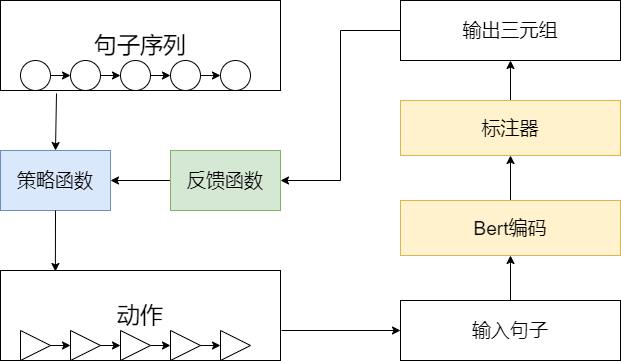
This is RL.png from bigbigkid/begin_one, a draw.io export, as it was before one commit. Source tidied: cells renumbered, new cells last; positions are measured from the earlier drawing's top-left corner, leaving out a move shared by most shapes.
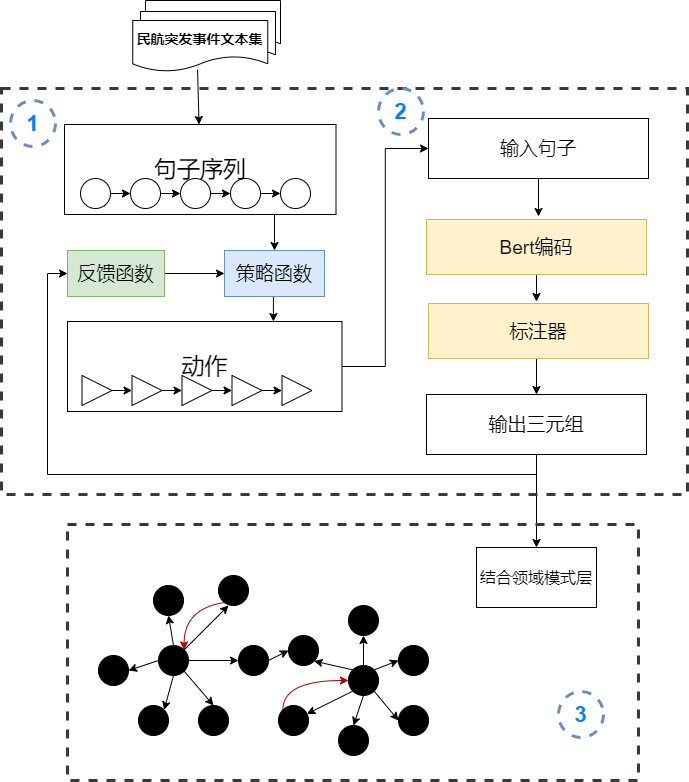
The same diagram one commit later.

Diff of the diagram source:
```diff
@@ -2,8 +2,11 @@
   <root>
     <mxCell id="0" />
     <mxCell id="1" parent="0" />
+    <mxCell id="25" style="edgeStyle=orthogonalEdgeStyle;rounded=0;jettySize=auto;html=1;exitX=0.75;exitY=1;exitDx=0;exitDy=0;entryX=0.5;entryY=0;entryDx=0;entryDy=0;" parent="1" edge="1" source="2" target="12">
+      <mxGeometry relative="1" as="geometry" />
+    </mxCell>
     <mxCell id="2" value="&lt;font style=&quot;font-size: 23px&quot;&gt;句子序列&lt;/font&gt;" style="rounded=0;whiteSpace=wrap;html=1;fillColor=none;" parent="1" vertex="1">
-      <mxGeometry width="280" height="90" as="geometry" />
+      <mxGeometry x="4" y="6" width="271.5" height="90" as="geometry" />
     </mxCell>
     <mxCell id="3" style="ellipse;whiteSpace=wrap;html=1;fillColor=none;" parent="1" vertex="1">
       <mxGeometry x="20" y="60" width="30" height="30" as="geometry" />
@@ -32,32 +35,38 @@
     <mxCell id="11" style="endArrow=classic;html=1;exitX=1;exitY=0.5;exitDx=0;exitDy=0;entryX=0;entryY=0.5;entryDx=0;entryDy=0;" parent="1" edge="1" source="6" target="7">
       <mxGeometry relative="1" as="geometry" />
     </mxCell>
+    <mxCell id="26" style="edgeStyle=orthogonalEdgeStyle;rounded=0;jettySize=auto;html=1;exitX=0.5;exitY=1;exitDx=0;exitDy=0;entryX=0.75;entryY=0;entryDx=0;entryDy=0;" parent="1" edge="1" source="12" target="15">
+      <mxGeometry relative="1" as="geometry" />
+    </mxCell>
     <mxCell id="12" value="&lt;font style=&quot;font-size: 19px&quot;&gt;策略函数&lt;/font&gt;" style="rounded=0;whiteSpace=wrap;html=1;fillColor=#dae8fc;strokeColor=#6c8ebf;" parent="1" vertex="1">
-      <mxGeometry y="150" width="110" height="60" as="geometry" />
+      <mxGeometry x="164" y="132" width="100" height="46" as="geometry" />
     </mxCell>
-    <mxCell id="13" style="edgeStyle=orthogonalEdgeStyle;rounded=0;jettySize=auto;html=1;exitX=0;exitY=0.5;exitDx=0;exitDy=0;entryX=1;entryY=0.5;entryDx=0;entryDy=0;" parent="1" edge="1" source="14" target="12">
+    <mxCell id="13" style="edgeStyle=orthogonalEdgeStyle;rounded=0;jettySize=auto;html=1;exitX=1;exitY=0.5;exitDx=0;exitDy=0;entryX=0;entryY=0.5;entryDx=0;entryDy=0;" parent="1" edge="1" source="14" target="12">
       <mxGeometry relative="1" as="geometry" />
     </mxCell>
     <mxCell id="14" value="&lt;font style=&quot;font-size: 19px&quot;&gt;反馈函数&lt;/font&gt;" style="rounded=0;whiteSpace=wrap;html=1;fillColor=#d5e8d4;strokeColor=#82b366;" parent="1" vertex="1">
-      <mxGeometry x="170" y="150" width="110" height="60" as="geometry" />
+      <mxGeometry x="7" y="132" width="97" height="46" as="geometry" />
     </mxCell>
+    <mxCell id="36" style="edgeStyle=orthogonalEdgeStyle;rounded=0;jettySize=auto;html=1;exitX=1;exitY=0.5;exitDx=0;exitDy=0;entryX=0;entryY=0.5;entryDx=0;entryDy=0;" parent="1" edge="1" source="15" target="28">
+      <mxGeometry relative="1" as="geometry" />
+    </mxCell>
     <mxCell id="15" value="&lt;span style=&quot;font-size: 23px&quot;&gt;动作&lt;/span&gt;" style="rounded=0;whiteSpace=wrap;html=1;fillColor=none;" parent="1" vertex="1">
-      <mxGeometry y="270" width="280" height="90" as="geometry" />
+      <mxGeometry x="7" y="203" width="274.5" height="90" as="geometry" />
     </mxCell>
     <mxCell id="16" style="triangle;whiteSpace=wrap;html=1;fillColor=none;" parent="1" vertex="1">
-      <mxGeometry x="20" y="330" width="30" height="30" as="geometry" />
+      <mxGeometry x="21.5" y="257" width="30" height="30" as="geometry" />
     </mxCell>
     <mxCell id="17" style="triangle;whiteSpace=wrap;html=1;fillColor=none;" parent="1" vertex="1">
-      <mxGeometry x="70" y="330" width="30" height="30" as="geometry" />
+      <mxGeometry x="71.5" y="257" width="30" height="30" as="geometry" />
     </mxCell>
     <mxCell id="18" style="triangle;whiteSpace=wrap;html=1;fillColor=none;" parent="1" vertex="1">
-      <mxGeometry x="120" y="330" width="30" height="30" as="geometry" />
+      <mxGeometry x="121.5" y="257" width="30" height="30" as="geometry" />
     </mxCell>
     <mxCell id="19" style="triangle;whiteSpace=wrap;html=1;fillColor=none;" parent="1" vertex="1">
-      <mxGeometry x="170" y="330" width="30" height="30" as="geometry" />
+      <mxGeometry x="171.5" y="257" width="30" height="30" as="geometry" />
     </mxCell>
     <mxCell id="20" style="triangle;whiteSpace=wrap;html=1;fillColor=none;" parent="1" vertex="1">
-      <mxGeometry x="220" y="330" width="30" height="30" as="geometry" />
+      <mxGeometry x="221.5" y="257" width="30" height="30" as="geometry" />
     </mxCell>
     <mxCell id="21" style="endArrow=classic;html=1;exitX=1;exitY=0.5;exitDx=0;exitDy=0;entryX=0;entryY=0.5;entryDx=0;entryDy=0;" parent="1" edge="1" source="16" target="17">
       <mxGeometry relative="1" as="geometry" />
@@ -71,40 +80,162 @@
     <mxCell id="24" style="endArrow=classic;html=1;exitX=1;exitY=0.5;exitDx=0;exitDy=0;entryX=0;entryY=0.5;entryDx=0;entryDy=0;" parent="1" edge="1" source="19" target="20">
       <mxGeometry relative="1" as="geometry" />
     </mxCell>
-    <mxCell id="25" style="endArrow=classic;html=1;exitX=0.2;exitY=1.033;exitDx=0;exitDy=0;exitPerimeter=0;entryX=0.5;entryY=0;entryDx=0;entryDy=0;" parent="1" edge="1" source="2" target="12">
-      <mxGeometry relative="1" as="geometry" />
-    </mxCell>
-    <mxCell id="26" style="endArrow=classic;html=1;exitX=0.5;exitY=1;exitDx=0;exitDy=0;entryX=0.196;entryY=0.011;entryDx=0;entryDy=0;entryPerimeter=0;" parent="1" edge="1" source="12" target="15">
-      <mxGeometry relative="1" as="geometry" />
-    </mxCell>
-    <mxCell id="27" style="edgeStyle=orthogonalEdgeStyle;rounded=0;jettySize=auto;html=1;exitX=0.5;exitY=0;exitDx=0;exitDy=0;entryX=0.5;entryY=1;entryDx=0;entryDy=0;" parent="1" edge="1" source="28" target="30">
-      <mxGeometry relative="1" as="geometry" />
-    </mxCell>
+    <mxCell id="37" style="shape=document;whiteSpace=wrap;html=1;boundedLbl=1;" parent="1" vertex="1">
+      <mxGeometry x="85" y="-118" width="135" height="51" as="geometry" />
+    </mxCell>
+    <mxCell id="38" style="shape=document;whiteSpace=wrap;html=1;boundedLbl=1;" parent="1" vertex="1">
+      <mxGeometry x="80" y="-107" width="135" height="51" as="geometry" />
+    </mxCell>
+    <mxCell id="39" value="&lt;b&gt;&lt;font style=&quot;font-size: 14px&quot;&gt;民航突发事件文本集&lt;/font&gt;&lt;/b&gt;" style="shape=document;whiteSpace=wrap;html=1;boundedLbl=1;" parent="1" vertex="1">
+      <mxGeometry x="72.2" y="-98" width="135" height="51" as="geometry" />
+    </mxCell>
+    <mxCell id="40" style="edgeStyle=orthogonalEdgeStyle;rounded=0;jettySize=auto;html=1;exitX=0.5;exitY=1;exitDx=0;exitDy=0;" parent="1" edge="1" source="28">
+      <mxGeometry relative="1" as="geometry">
+        <mxPoint x="478" y="98" as="targetPoint" />
+      </mxGeometry>
+    </mxCell>
     <mxCell id="28" value="&lt;font style=&quot;font-size: 19px&quot;&gt;输入句子&lt;/font&gt;" style="rounded=0;whiteSpace=wrap;html=1;fillColor=none;" parent="1" vertex="1">
-      <mxGeometry x="400" y="300" width="220" height="60" as="geometry" />
+      <mxGeometry x="368" width="220" height="60" as="geometry" />
     </mxCell>
-    <mxCell id="29" style="edgeStyle=orthogonalEdgeStyle;rounded=0;jettySize=auto;html=1;exitX=0.5;exitY=0;exitDx=0;exitDy=0;entryX=0.5;entryY=1;entryDx=0;entryDy=0;" parent="1" edge="1" source="30" target="32">
-      <mxGeometry relative="1" as="geometry" />
-    </mxCell>
+    <mxCell id="41" style="edgeStyle=orthogonalEdgeStyle;rounded=0;jettySize=auto;html=1;exitX=0.5;exitY=1;exitDx=0;exitDy=0;" parent="1" edge="1" source="30">
+      <mxGeometry relative="1" as="geometry">
+        <mxPoint x="476" y="183" as="targetPoint" />
+      </mxGeometry>
+    </mxCell>
     <mxCell id="30" value="&lt;font style=&quot;font-size: 19px&quot;&gt;Bert编码&lt;/font&gt;" style="rounded=0;whiteSpace=wrap;html=1;fillColor=#fff2cc;strokeColor=#d6b656;" parent="1" vertex="1">
-      <mxGeometry x="400" y="200" width="220" height="55" as="geometry" />
+      <mxGeometry x="366" y="101" width="220" height="55" as="geometry" />
     </mxCell>
-    <mxCell id="31" style="edgeStyle=orthogonalEdgeStyle;rounded=0;jettySize=auto;html=1;exitX=0.5;exitY=0;exitDx=0;exitDy=0;entryX=0.5;entryY=1;entryDx=0;entryDy=0;" parent="1" edge="1" source="32" target="34">
+    <mxCell id="31" style="edgeStyle=orthogonalEdgeStyle;rounded=0;jettySize=auto;html=1;exitX=0.5;exitY=1;exitDx=0;exitDy=0;entryX=0.5;entryY=0;entryDx=0;entryDy=0;" parent="1" edge="1" source="32" target="34">
       <mxGeometry relative="1" as="geometry" />
     </mxCell>
     <mxCell id="32" value="&lt;font style=&quot;font-size: 19px&quot;&gt;标注器&lt;/font&gt;" style="rounded=0;whiteSpace=wrap;html=1;fillColor=#fff2cc;strokeColor=#d6b656;" parent="1" vertex="1">
-      <mxGeometry x="400" y="100" width="220" height="55" as="geometry" />
+      <mxGeometry x="368" y="185" width="220" height="55" as="geometry" />
     </mxCell>
-    <mxCell id="33" style="edgeStyle=orthogonalEdgeStyle;rounded=0;jettySize=auto;html=1;exitX=0;exitY=0.5;exitDx=0;exitDy=0;entryX=1;entryY=0.5;entryDx=0;entryDy=0;" parent="1" edge="1" source="34" target="14">
+    <mxCell id="33" style="edgeStyle=orthogonalEdgeStyle;rounded=0;jettySize=auto;html=1;exitX=0.5;exitY=1;exitDx=0;exitDy=0;entryX=0;entryY=0.5;entryDx=0;entryDy=0;" parent="1" edge="1" source="34" target="14">
       <mxGeometry relative="1" as="geometry" />
     </mxCell>
+    <mxCell id="42" style="edgeStyle=orthogonalEdgeStyle;rounded=0;jettySize=auto;html=1;exitX=0.5;exitY=1;exitDx=0;exitDy=0;" parent="1" edge="1" source="34" target="44">
+      <mxGeometry relative="1" as="geometry" />
+    </mxCell>
     <mxCell id="34" value="&lt;font style=&quot;font-size: 19px&quot;&gt;输出三元组&lt;/font&gt;" style="rounded=0;whiteSpace=wrap;html=1;fillColor=none;" parent="1" vertex="1">
-      <mxGeometry x="400" width="220" height="60" as="geometry" />
+      <mxGeometry x="366" y="276" width="220" height="60" as="geometry" />
     </mxCell>
-    <mxCell id="35" style="endArrow=classic;html=1;entryX=0;entryY=0.5;entryDx=0;entryDy=0;" parent="1" edge="1" target="28">
-      <mxGeometry relative="1" as="geometry">
-        <mxPoint x="281" y="330" as="sourcePoint" />
-      </mxGeometry>
-    </mxCell>
+    <mxCell id="43" style="endArrow=classic;html=1;exitX=0.48;exitY=0.961;exitDx=0;exitDy=0;exitPerimeter=0;" parent="1" edge="1" source="39" target="2">
+      <mxGeometry relative="1" as="geometry" />
+    </mxCell>
+    <mxCell id="44" value="&lt;font style=&quot;font-size: 16px&quot;&gt;结合领域模式层&lt;/font&gt;" style="rounded=0;whiteSpace=wrap;html=1;" parent="1" vertex="1">
+      <mxGeometry x="416" y="429" width="120" height="60" as="geometry" />
+    </mxCell>
+    <mxCell id="45" style="ellipse;whiteSpace=wrap;html=1;fillColor=#000000;" parent="1" vertex="1">
+      <mxGeometry x="98" y="527" width="30" height="30" as="geometry" />
+    </mxCell>
+    <mxCell id="46" style="ellipse;whiteSpace=wrap;html=1;fillColor=#000000;" parent="1" vertex="1">
+      <mxGeometry x="178" y="527" width="30" height="30" as="geometry" />
+    </mxCell>
+    <mxCell id="47" style="ellipse;whiteSpace=wrap;html=1;fillColor=#000000;" parent="1" vertex="1">
+      <mxGeometry x="138" y="587" width="30" height="30" as="geometry" />
+    </mxCell>
+    <mxCell id="48" style="ellipse;whiteSpace=wrap;html=1;fillColor=#000000;" parent="1" vertex="1">
+      <mxGeometry x="78" y="587" width="30" height="30" as="geometry" />
+    </mxCell>
+    <mxCell id="49" style="ellipse;whiteSpace=wrap;html=1;fillColor=#000000;" parent="1" vertex="1">
+      <mxGeometry x="38" y="537" width="30" height="30" as="geometry" />
+    </mxCell>
+    <mxCell id="50" style="edgeStyle=orthogonalEdgeStyle;curved=1;rounded=0;jettySize=auto;html=1;exitX=1;exitY=1;exitDx=0;exitDy=0;entryX=1;entryY=0;entryDx=0;entryDy=0;fillColor=#e51400;strokeColor=#B20000;" parent="1" edge="1" source="51" target="45">
+      <mxGeometry relative="1" as="geometry" />
+    </mxCell>
+    <mxCell id="51" style="ellipse;whiteSpace=wrap;html=1;fillColor=#000000;" parent="1" vertex="1">
+      <mxGeometry x="158" y="457" width="30" height="30" as="geometry" />
+    </mxCell>
+    <mxCell id="52" style="ellipse;whiteSpace=wrap;html=1;fillColor=#000000;" parent="1" vertex="1">
+      <mxGeometry x="93" y="467" width="30" height="30" as="geometry" />
+    </mxCell>
+    <mxCell id="53" style="endArrow=classic;html=1;" parent="1" edge="1">
+      <mxGeometry relative="1" as="geometry">
+        <mxPoint x="118" y="537" as="sourcePoint" />
+        <mxPoint x="168" y="487" as="targetPoint" />
+      </mxGeometry>
+    </mxCell>
+    <mxCell id="54" style="endArrow=classic;html=1;entryX=0;entryY=0.5;entryDx=0;entryDy=0;" parent="1" edge="1" target="46">
+      <mxGeometry relative="1" as="geometry">
+        <mxPoint x="128" y="542" as="sourcePoint" />
+      </mxGeometry>
+    </mxCell>
+    <mxCell id="55" style="endArrow=classic;html=1;exitX=0;exitY=0.5;exitDx=0;exitDy=0;entryX=1;entryY=0.5;entryDx=0;entryDy=0;" parent="1" edge="1" source="45" target="49">
+      <mxGeometry relative="1" as="geometry" />
+    </mxCell>
+    <mxCell id="56" style="endArrow=classic;html=1;entryX=0.5;entryY=0;entryDx=0;entryDy=0;exitX=1;exitY=1;exitDx=0;exitDy=0;" parent="1" edge="1" source="45" target="47">
+      <mxGeometry relative="1" as="geometry" />
+    </mxCell>
+    <mxCell id="57" style="endArrow=classic;html=1;exitX=0.5;exitY=1;exitDx=0;exitDy=0;entryX=1;entryY=0;entryDx=0;entryDy=0;" parent="1" edge="1" source="45" target="48">
+      <mxGeometry relative="1" as="geometry" />
+    </mxCell>
+    <mxCell id="58" style="endArrow=classic;html=1;exitX=0.5;exitY=0;exitDx=0;exitDy=0;entryX=0.5;entryY=1;entryDx=0;entryDy=0;" parent="1" edge="1" source="45" target="52">
+      <mxGeometry relative="1" as="geometry" />
+    </mxCell>
+    <mxCell id="59" style="edgeStyle=orthogonalEdgeStyle;curved=1;rounded=0;jettySize=auto;html=1;exitX=0;exitY=0;exitDx=0;exitDy=0;entryX=0;entryY=0.5;entryDx=0;entryDy=0;fillColor=#e51400;strokeColor=#B20000;" parent="1" edge="1" source="60" target="62">
+      <mxGeometry relative="1" as="geometry">
+        <Array as="points">
+          <mxPoint x="222" y="562" />
+        </Array>
+      </mxGeometry>
+    </mxCell>
+    <mxCell id="60" style="ellipse;whiteSpace=wrap;html=1;fillColor=#000000;" parent="1" vertex="1">
+      <mxGeometry x="218" y="587" width="30" height="30" as="geometry" />
+    </mxCell>
+    <mxCell id="61" style="ellipse;whiteSpace=wrap;html=1;fillColor=#000000;" parent="1" vertex="1">
+      <mxGeometry x="228" y="517" width="30" height="30" as="geometry" />
+    </mxCell>
+    <mxCell id="62" style="ellipse;whiteSpace=wrap;html=1;fillColor=#000000;" parent="1" vertex="1">
+      <mxGeometry x="288" y="547" width="30" height="30" as="geometry" />
+    </mxCell>
+    <mxCell id="63" style="ellipse;whiteSpace=wrap;html=1;fillColor=#000000;" parent="1" vertex="1">
+      <mxGeometry x="288" y="487" width="30" height="30" as="geometry" />
+    </mxCell>
+    <mxCell id="64" style="ellipse;whiteSpace=wrap;html=1;fillColor=#000000;" parent="1" vertex="1">
+      <mxGeometry x="278" y="607" width="30" height="30" as="geometry" />
+    </mxCell>
+    <mxCell id="65" style="ellipse;whiteSpace=wrap;html=1;fillColor=#000000;" parent="1" vertex="1">
+      <mxGeometry x="338" y="587" width="30" height="30" as="geometry" />
+    </mxCell>
+    <mxCell id="66" style="ellipse;whiteSpace=wrap;html=1;fillColor=#000000;" parent="1" vertex="1">
+      <mxGeometry x="338" y="527" width="30" height="30" as="geometry" />
+    </mxCell>
+    <mxCell id="67" style="endArrow=classic;html=1;entryX=0;entryY=0.5;entryDx=0;entryDy=0;exitX=1;exitY=0.5;exitDx=0;exitDy=0;" parent="1" edge="1" source="46" target="61">
+      <mxGeometry relative="1" as="geometry" />
+    </mxCell>
+    <mxCell id="68" style="endArrow=classic;html=1;entryX=0.5;entryY=1;entryDx=0;entryDy=0;exitX=0.5;exitY=0;exitDx=0;exitDy=0;" parent="1" edge="1" source="62" target="63">
+      <mxGeometry relative="1" as="geometry" />
+    </mxCell>
+    <mxCell id="69" style="endArrow=classic;html=1;exitX=0;exitY=0;exitDx=0;exitDy=0;entryX=1;entryY=1;entryDx=0;entryDy=0;" parent="1" edge="1" source="62" target="61">
+      <mxGeometry relative="1" as="geometry" />
+    </mxCell>
+    <mxCell id="70" style="endArrow=classic;html=1;exitX=0;exitY=1;exitDx=0;exitDy=0;" parent="1" edge="1" source="62" target="60">
+      <mxGeometry relative="1" as="geometry" />
+    </mxCell>
+    <mxCell id="71" style="endArrow=classic;html=1;exitX=1;exitY=1;exitDx=0;exitDy=0;entryX=0;entryY=0.5;entryDx=0;entryDy=0;" parent="1" edge="1" source="62" target="65">
+      <mxGeometry relative="1" as="geometry" />
+    </mxCell>
+    <mxCell id="72" style="endArrow=classic;html=1;exitX=0.5;exitY=1;exitDx=0;exitDy=0;entryX=0.5;entryY=0;entryDx=0;entryDy=0;" parent="1" edge="1" source="62" target="64">
+      <mxGeometry relative="1" as="geometry" />
+    </mxCell>
+    <mxCell id="73" style="endArrow=classic;html=1;exitX=1;exitY=0;exitDx=0;exitDy=0;entryX=0;entryY=0.5;entryDx=0;entryDy=0;" parent="1" edge="1" source="62" target="66">
+      <mxGeometry relative="1" as="geometry" />
+    </mxCell>
+    <mxCell id="74" style="rounded=0;whiteSpace=wrap;html=1;strokeColor=#36393d;strokeWidth=3;dashed=1;fillColor=none;" parent="1" vertex="1">
+      <mxGeometry x="7" y="406" width="571" height="256" as="geometry" />
+    </mxCell>
+    <mxCell id="75" value="&lt;b&gt;&lt;font style=&quot;font-size: 22px&quot; color=&quot;#007fff&quot;&gt;3&lt;/font&gt;&lt;/b&gt;" style="ellipse;whiteSpace=wrap;html=1;dashed=1;strokeWidth=3;strokeColor=#6c8ebf;fillColor=none;" parent="1" vertex="1">
+      <mxGeometry x="498" y="573" width="45" height="46" as="geometry" />
+    </mxCell>
+    <mxCell id="76" style="rounded=0;whiteSpace=wrap;html=1;strokeColor=#36393d;strokeWidth=3;dashed=1;fillColor=none;" parent="1" vertex="1">
+      <mxGeometry x="-59" y="-30" width="686" height="406" as="geometry" />
+    </mxCell>
+    <mxCell id="77" value="&lt;b&gt;&lt;font style=&quot;font-size: 22px&quot; color=&quot;#007fff&quot;&gt;1&lt;/font&gt;&lt;/b&gt;" style="ellipse;whiteSpace=wrap;html=1;dashed=1;strokeWidth=3;strokeColor=#6c8ebf;fillColor=none;" parent="1" vertex="1">
+      <mxGeometry x="-50" y="-18" width="45" height="46" as="geometry" />
+    </mxCell>
+    <mxCell id="78" value="&lt;b&gt;&lt;font style=&quot;font-size: 22px&quot; color=&quot;#007fff&quot;&gt;2&lt;/font&gt;&lt;/b&gt;" style="ellipse;whiteSpace=wrap;html=1;dashed=1;strokeWidth=3;strokeColor=#6c8ebf;fillColor=none;" parent="1" vertex="1">
+      <mxGeometry x="318" y="-30" width="45" height="46" as="geometry" />
+    </mxCell>
   </root>
 </mxGraphModel>
```
